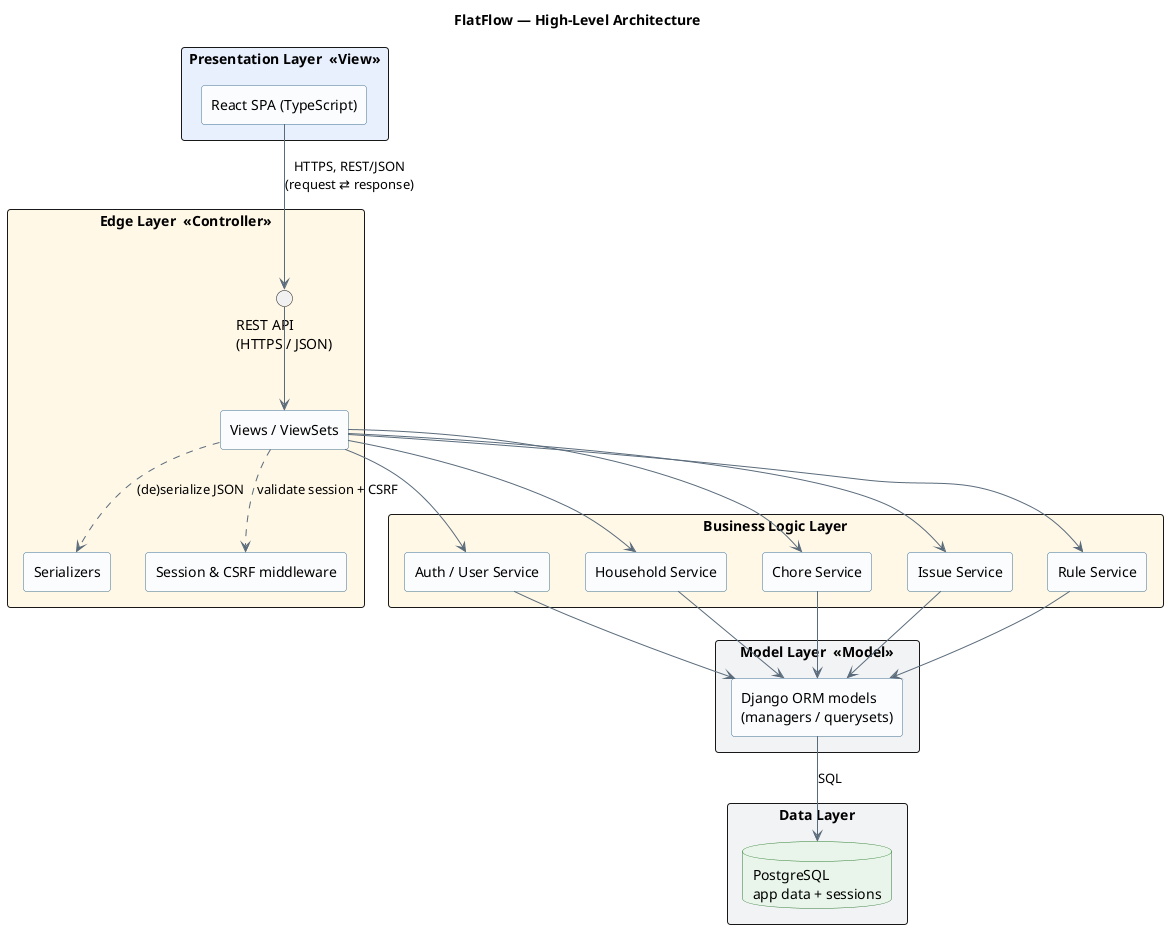
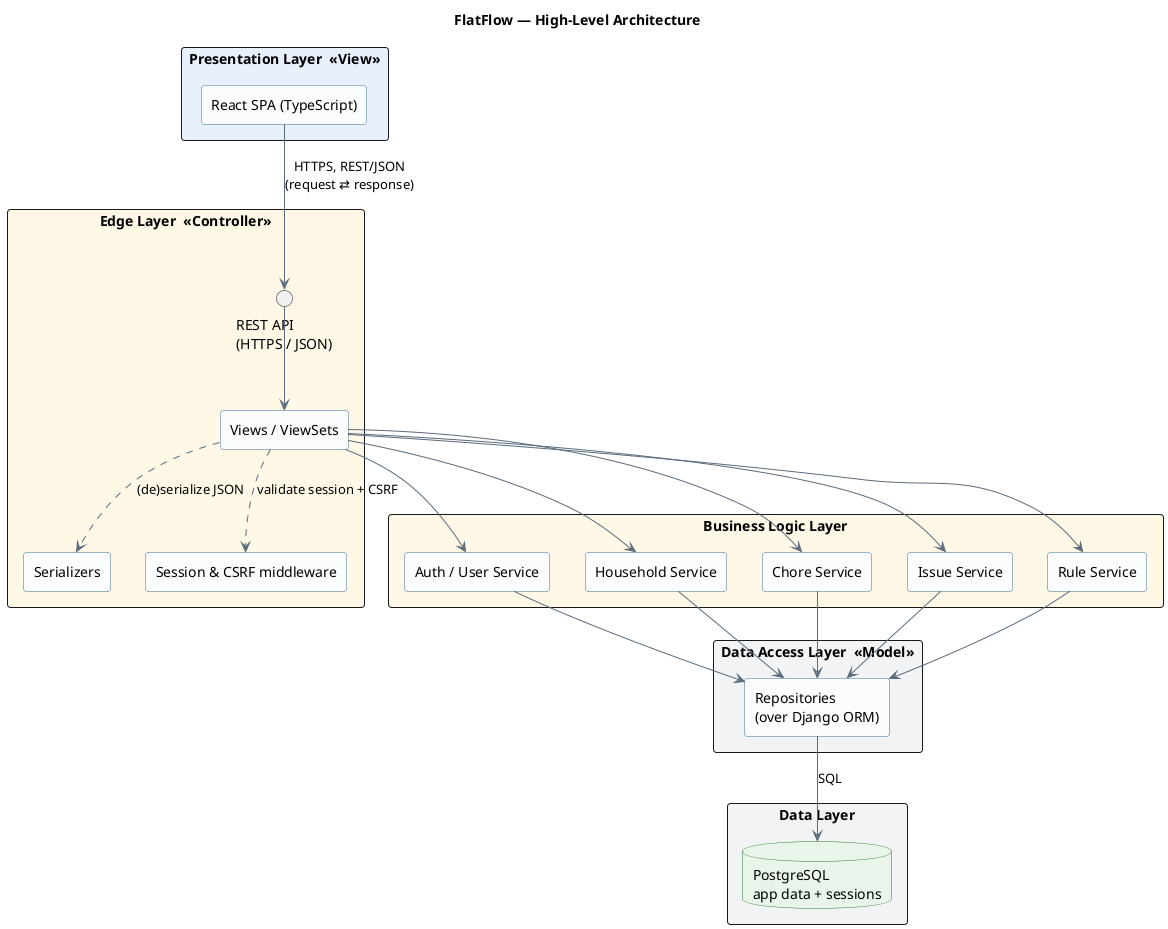
@startuml high-level-design
title FlatFlow — High-Level Architecture

' ── Styling (kept light, matches the data model) ─────────────────────
skinparam componentStyle rectangle
skinparam packageStyle rectangle
skinparam shadowing false
skinparam roundcorner 6
skinparam defaultFontName "Segoe UI"
skinparam component {
  BorderColor #3C6E91
  BackgroundColor #FBFCFE
}
skinparam database {
  BorderColor #2E7D32
  BackgroundColor #E9F5EA
}
skinparam ArrowColor #5A6B7B

' ── Presentation = MVC View (on the client) ──────────────────────────
package "Presentation Layer  «View»" #E8F0FE {
  [React SPA (TypeScript)] as SPA
}

' ── Edge = MVC Controller (request handling) ─────────────────────────
package "Edge Layer  «Controller»" #FFF8E7 {
  interface "REST API\n(HTTPS / JSON)" as REST
  [Views / ViewSets] as CTRL
  [Serializers] as SER
  [Session & CSRF middleware] as AUTH
}

' ── Business logic (where real logic lives, e.g. status derivation) ──
package "Business Logic Layer" #FFF8E7 {
  [Auth / User Service] as S_AUTH
  [Household Service] as S_HH
  [Chore Service] as S_CHORE
  [Issue Service] as S_ISSUE
  [Rule Service] as S_RULE
}

- ' ── Model = Django ORM (Active Record: models + managers/querysets) ──
- package "Model Layer  «Model»" #F2F3F5 {
-   [Django ORM models\n(managers / querysets)] as MODEL
+ ' ── Data access = repositories over the Django ORM (= MVC Model) ─────
+ package "Data Access Layer  «Model»" #F2F3F5 {
+   [Repositories\n(over Django ORM)] as REPO
}

package "Data Layer" #F2F3F5 {
  database "PostgreSQL\napp data + sessions" as DB
}

' ── Flows ────────────────────────────────────────────────────────────
SPA  --> REST : HTTPS, REST/JSON\n(request ⇄ response)
REST --> CTRL
CTRL ..> AUTH : validate session + CSRF
CTRL ..> SER  : (de)serialize JSON
CTRL --> S_AUTH
CTRL --> S_HH
CTRL --> S_CHORE
CTRL --> S_ISSUE
CTRL --> S_RULE
- S_AUTH  --> MODEL
- S_HH    --> MODEL
- S_CHORE --> MODEL
- S_ISSUE --> MODEL
- S_RULE  --> MODEL
- MODEL --> DB : SQL
+ S_AUTH  --> REPO
+ S_HH    --> REPO
+ S_CHORE --> REPO
+ S_ISSUE --> REPO
+ S_RULE  --> REPO
+ REPO --> DB : SQL
@enduml
